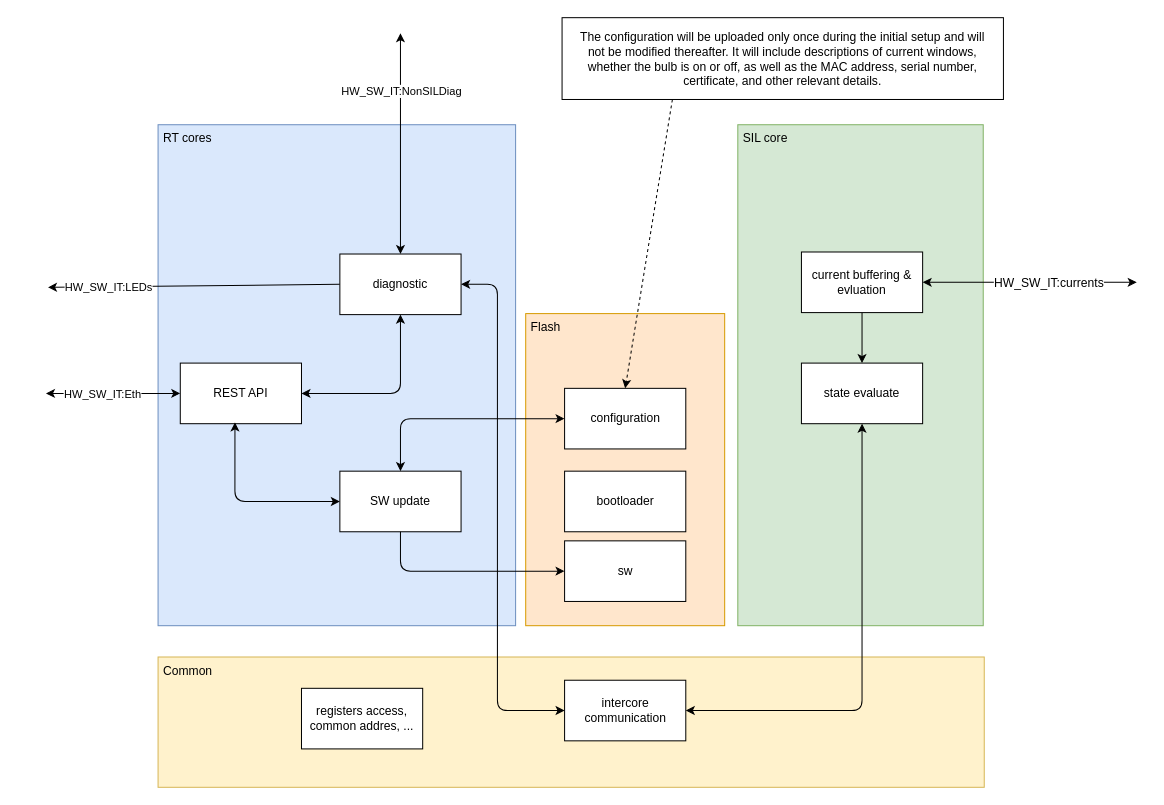
Earlier version of the draw.io diagram schematic/05-sw-architecture.drawio (petrkucerak/diplom-thesis). Source tidied: cells renumbered, new cells numbered last; positions are measured from the earlier drawing's top-left corner, leaving out a move shared by most shapes. Both pictures are drawn from the tidied source at 101%, with x=0, y=0 at pixel (45, 17).
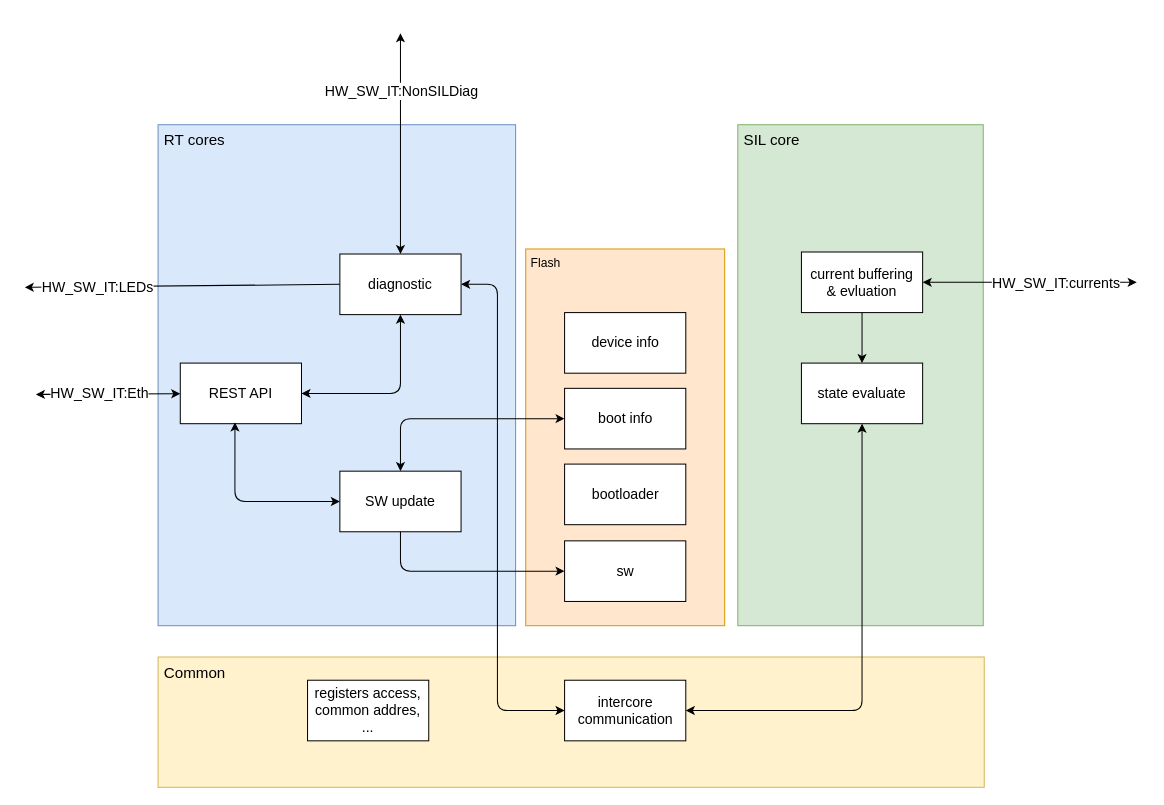
After the change.

The edit, as a diff of the source:
```diff
@@
-    <mxCell id="2" value="&amp;nbsp;RT cores" style="rounded=0;whiteSpace=wrap;html=1;fillColor=#dae8fc;strokeColor=#6c8ebf;align=left;verticalAlign=top;" parent="1" vertex="1">
+    <mxCell id="2" value="&amp;nbsp;RT cores" style="rounded=0;whiteSpace=wrap;html=1;fillColor=#dae8fc;strokeColor=#6c8ebf;align=left;verticalAlign=top;fontSize=15;" parent="1" vertex="1">
       <mxGeometry x="111" y="106" width="354" height="496" as="geometry" />
     </mxCell>
-    <mxCell id="3" value="&amp;nbsp;SIL core" style="rounded=0;whiteSpace=wrap;html=1;fillColor=#d5e8d4;strokeColor=#82b366;align=left;verticalAlign=top;" parent="1" vertex="1">
+    <mxCell id="3" value="&amp;nbsp;SIL core" style="rounded=0;whiteSpace=wrap;html=1;fillColor=#d5e8d4;strokeColor=#82b366;align=left;verticalAlign=top;fontSize=15;" parent="1" vertex="1">
       <mxGeometry x="685" y="106" width="243" height="496" as="geometry" />
     </mxCell>
-    <mxCell id="4" value="&amp;nbsp;Common" style="rounded=0;whiteSpace=wrap;html=1;fillColor=#fff2cc;strokeColor=#d6b656;align=left;verticalAlign=top;" parent="1" vertex="1">
+    <mxCell id="4" value="&amp;nbsp;Common" style="rounded=0;whiteSpace=wrap;html=1;fillColor=#fff2cc;strokeColor=#d6b656;align=left;verticalAlign=top;fontSize=15;" parent="1" vertex="1">
       <mxGeometry x="111" y="633" width="818" height="129" as="geometry" />
     </mxCell>
-    <mxCell id="5" style="edgeStyle=none;html=1;startArrow=classic;startFill=1;" parent="1" edge="1" source="8">
+    <mxCell id="5" style="edgeStyle=none;html=1;startArrow=classic;startFill=1;fontSize=14;" parent="1" edge="1" source="8">
       <mxGeometry relative="1" as="geometry">
-        <mxPoint y="372" as="targetPoint" />
+        <mxPoint x="-10" y="373" as="targetPoint" />
       </mxGeometry>
     </mxCell>
-    <mxCell id="6" value="HW_SW_IT:Eth" style="edgeLabel;html=1;align=center;verticalAlign=middle;" parent="5" vertex="1">
+    <mxCell id="6" value="HW_SW_IT:Eth" style="edgeLabel;html=1;align=center;verticalAlign=middle;fontSize=14;" parent="5" vertex="1">
       <mxGeometry x="0.61" y="-2" relative="1" as="geometry">
-        <mxPoint x="29" y="2" as="offset" />
+        <mxPoint x="35" y="1" as="offset" />
       </mxGeometry>
     </mxCell>
-    <mxCell id="7" style="edgeStyle=orthogonalEdgeStyle;html=1;exitX=1;exitY=0.5;exitDx=0;exitDy=0;entryX=0.5;entryY=1;entryDx=0;entryDy=0;startArrow=classic;startFill=1;" parent="1" edge="1" source="8" target="14">
+    <mxCell id="7" style="edgeStyle=orthogonalEdgeStyle;html=1;exitX=1;exitY=0.5;exitDx=0;exitDy=0;entryX=0.5;entryY=1;entryDx=0;entryDy=0;startArrow=classic;startFill=1;fontSize=14;" parent="1" edge="1" source="8" target="14">
       <mxGeometry relative="1" as="geometry" />
     </mxCell>
-    <mxCell id="8" value="REST API" style="rounded=0;whiteSpace=wrap;html=1;" parent="1" vertex="1">
+    <mxCell id="8" value="REST API" style="rounded=0;whiteSpace=wrap;html=1;fontSize=14;" parent="1" vertex="1">
       <mxGeometry x="133" y="342" width="120" height="60" as="geometry" />
     </mxCell>
-    <mxCell id="9" style="edgeStyle=none;html=1;exitX=0;exitY=0.5;exitDx=0;exitDy=0;" parent="1" edge="1" source="14">
+    <mxCell id="9" style="edgeStyle=none;html=1;exitX=0;exitY=0.5;exitDx=0;exitDy=0;fontSize=14;" parent="1" edge="1" source="14">
       <mxGeometry relative="1" as="geometry">
-        <mxPoint x="2" y="267" as="targetPoint" />
+        <mxPoint x="-21" y="267" as="targetPoint" />
       </mxGeometry>
     </mxCell>
-    <mxCell id="10" value="HW_SW_IT:LEDs" style="edgeLabel;html=1;align=center;verticalAlign=middle;" parent="9" vertex="1">
+    <mxCell id="10" value="HW_SW_IT:LEDs" style="edgeLabel;html=1;align=center;verticalAlign=middle;fontSize=14;" parent="9" vertex="1">
       <mxGeometry x="0.83" y="1" relative="1" as="geometry">
-        <mxPoint x="34" y="-1" as="offset" />
+        <mxPoint x="44" y="-1" as="offset" />
       </mxGeometry>
     </mxCell>
-    <mxCell id="11" style="edgeStyle=none;html=1;exitX=0.5;exitY=0;exitDx=0;exitDy=0;startArrow=classic;startFill=1;" parent="1" edge="1" source="14">
+    <mxCell id="11" style="edgeStyle=none;html=1;exitX=0.5;exitY=0;exitDx=0;exitDy=0;startArrow=classic;startFill=1;fontSize=14;" parent="1" edge="1" source="14">
       <mxGeometry relative="1" as="geometry">
         <mxPoint x="351" y="15.4" as="targetPoint" />
       </mxGeometry>
     </mxCell>
-    <mxCell id="12" value="&lt;span style=&quot;color: rgb(0, 0, 0);&quot;&gt;HW_SW_IT:NonSILDiag&lt;/span&gt;" style="edgeLabel;html=1;align=center;verticalAlign=middle;" parent="11" vertex="1">
+    <mxCell id="12" value="&lt;span style=&quot;color: rgb(0, 0, 0);&quot;&gt;HW_SW_IT:NonSILDiag&lt;/span&gt;" style="edgeLabel;html=1;align=center;verticalAlign=middle;fontSize=14;" parent="11" vertex="1">
       <mxGeometry x="0.48" relative="1" as="geometry" />
     </mxCell>
-    <mxCell id="13" style="edgeStyle=orthogonalEdgeStyle;html=1;exitX=1;exitY=0.5;exitDx=0;exitDy=0;entryX=0;entryY=0.5;entryDx=0;entryDy=0;startArrow=classic;startFill=1;" parent="1" edge="1" source="14" target="22">
+    <mxCell id="13" style="edgeStyle=orthogonalEdgeStyle;html=1;exitX=1;exitY=0.5;exitDx=0;exitDy=0;entryX=0;entryY=0.5;entryDx=0;entryDy=0;startArrow=classic;startFill=1;fontSize=14;" parent="1" edge="1" source="14" target="22">
       <mxGeometry relative="1" as="geometry">
         <Array as="points">
           <mxPoint x="447" y="264" />
           <mxPoint x="447" y="686" />
         </Array>
       </mxGeometry>
     </mxCell>
-    <mxCell id="14" value="diagnostic" style="rounded=0;whiteSpace=wrap;html=1;" parent="1" vertex="1">
+    <mxCell id="14" value="diagnostic" style="rounded=0;whiteSpace=wrap;html=1;fontSize=14;" parent="1" vertex="1">
       <mxGeometry x="291" y="234" width="120" height="60" as="geometry" />
     </mxCell>
-    <mxCell id="15" value="SW update" style="rounded=0;whiteSpace=wrap;html=1;" parent="1" vertex="1">
+    <mxCell id="15" value="SW update" style="rounded=0;whiteSpace=wrap;html=1;fontSize=14;" parent="1" vertex="1">
       <mxGeometry x="291" y="449" width="120" height="60" as="geometry" />
     </mxCell>
-    <mxCell id="16" style="edgeStyle=orthogonalEdgeStyle;html=1;exitX=0;exitY=0.5;exitDx=0;exitDy=0;entryX=0.451;entryY=0.979;entryDx=0;entryDy=0;entryPerimeter=0;startArrow=classic;startFill=1;" parent="1" edge="1" source="15" target="8">
+    <mxCell id="16" style="edgeStyle=orthogonalEdgeStyle;html=1;exitX=0;exitY=0.5;exitDx=0;exitDy=0;entryX=0.451;entryY=0.979;entryDx=0;entryDy=0;entryPerimeter=0;startArrow=classic;startFill=1;fontSize=14;" parent="1" edge="1" source="15" target="8">
       <mxGeometry relative="1" as="geometry" />
     </mxCell>
     <mxCell id="17" value="&amp;nbsp;Flash" style="rounded=0;whiteSpace=wrap;html=1;fillColor=#ffe6cc;strokeColor=#d79b00;align=left;verticalAlign=top;" parent="1" vertex="1">
-      <mxGeometry x="475" y="293" width="197" height="309" as="geometry" />
+      <mxGeometry x="475" y="229" width="197" height="373" as="geometry" />
     </mxCell>
-    <mxCell id="18" value="configuration" style="rounded=0;whiteSpace=wrap;html=1;" parent="1" vertex="1">
+    <mxCell id="18" value="boot info" style="rounded=0;whiteSpace=wrap;html=1;fontSize=14;" parent="1" vertex="1">
       <mxGeometry x="513.5" y="367" width="120" height="60" as="geometry" />
     </mxCell>
-    <mxCell id="19" value="bootloader" style="rounded=0;whiteSpace=wrap;html=1;" parent="1" vertex="1">
-      <mxGeometry x="513.5" y="449" width="120" height="60" as="geometry" />
+    <mxCell id="19" value="bootloader" style="rounded=0;whiteSpace=wrap;html=1;fontSize=14;" parent="1" vertex="1">
+      <mxGeometry x="513.5" y="442" width="120" height="60" as="geometry" />
     </mxCell>
-    <mxCell id="20" value="sw" style="rounded=0;whiteSpace=wrap;html=1;" parent="1" vertex="1">
+    <mxCell id="20" value="sw" style="rounded=0;whiteSpace=wrap;html=1;fontSize=14;" parent="1" vertex="1">
       <mxGeometry x="513.5" y="518" width="120" height="60" as="geometry" />
     </mxCell>
-    <mxCell id="21" style="edgeStyle=orthogonalEdgeStyle;html=1;exitX=0.5;exitY=1;exitDx=0;exitDy=0;entryX=0;entryY=0.5;entryDx=0;entryDy=0;" parent="1" edge="1" source="15" target="20">
+    <mxCell id="21" style="edgeStyle=orthogonalEdgeStyle;html=1;exitX=0.5;exitY=1;exitDx=0;exitDy=0;entryX=0;entryY=0.5;entryDx=0;entryDy=0;fontSize=14;" parent="1" edge="1" source="15" target="20">
       <mxGeometry relative="1" as="geometry" />
     </mxCell>
-    <mxCell id="22" value="intercore communication" style="rounded=0;whiteSpace=wrap;html=1;" parent="1" vertex="1">
+    <mxCell id="22" value="intercore communication" style="rounded=0;whiteSpace=wrap;html=1;fontSize=14;" parent="1" vertex="1">
       <mxGeometry x="513.5" y="656" width="120" height="60" as="geometry" />
     </mxCell>
-    <mxCell id="23" style="edgeStyle=orthogonalEdgeStyle;html=1;exitX=0.5;exitY=0;exitDx=0;exitDy=0;entryX=0;entryY=0.5;entryDx=0;entryDy=0;startArrow=classic;startFill=1;" parent="1" edge="1" source="15" target="18">
+    <mxCell id="23" style="edgeStyle=orthogonalEdgeStyle;html=1;exitX=0.5;exitY=0;exitDx=0;exitDy=0;entryX=0;entryY=0.5;entryDx=0;entryDy=0;startArrow=classic;startFill=1;fontSize=14;" parent="1" edge="1" source="15" target="18">
       <mxGeometry relative="1" as="geometry" />
     </mxCell>
-    <mxCell id="24" style="edgeStyle=none;html=1;exitX=1;exitY=0.5;exitDx=0;exitDy=0;fontFamily=Helvetica;fontSize=12;fontColor=default;startArrow=classic;startFill=1;endArrow=classic;endFill=1;" parent="1" edge="1" source="27">
+    <mxCell id="24" style="edgeStyle=none;html=1;exitX=1;exitY=0.5;exitDx=0;exitDy=0;fontFamily=Helvetica;fontSize=14;fontColor=default;startArrow=classic;startFill=1;endArrow=classic;endFill=1;" parent="1" edge="1" source="27">
       <mxGeometry relative="1" as="geometry">
         <mxPoint x="1080" y="262" as="targetPoint" />
       </mxGeometry>
     </mxCell>
-    <mxCell id="25" value="HW_SW_IT:currents" style="edgeLabel;html=1;align=center;verticalAlign=middle;rounded=0;strokeColor=#82b366;fontFamily=Helvetica;fontSize=12;fontColor=default;fillColor=#d5e8d4;" parent="24" vertex="1">
+    <mxCell id="25" value="HW_SW_IT:currents" style="edgeLabel;html=1;align=center;verticalAlign=middle;rounded=0;strokeColor=#82b366;fontFamily=Helvetica;fontSize=14;fontColor=default;fillColor=#d5e8d4;" parent="24" vertex="1">
       <mxGeometry x="0.24" y="1" relative="1" as="geometry">
-        <mxPoint x="-7" y="1" as="offset" />
+        <mxPoint y="1" as="offset" />
       </mxGeometry>
     </mxCell>
-    <mxCell id="26" style="edgeStyle=none;html=1;exitX=0.5;exitY=1;exitDx=0;exitDy=0;fontFamily=Helvetica;fontSize=12;fontColor=default;" parent="1" edge="1" source="27" target="29">
+    <mxCell id="26" style="edgeStyle=none;html=1;exitX=0.5;exitY=1;exitDx=0;exitDy=0;fontFamily=Helvetica;fontSize=14;fontColor=default;" parent="1" edge="1" source="27" target="29">
       <mxGeometry relative="1" as="geometry" />
     </mxCell>
-    <mxCell id="27" value="current buffering &amp;amp; evluation" style="rounded=0;whiteSpace=wrap;html=1;" parent="1" vertex="1">
+    <mxCell id="27" value="current buffering&lt;br&gt;&amp;amp; evluation" style="rounded=0;whiteSpace=wrap;html=1;fontSize=14;" parent="1" vertex="1">
       <mxGeometry x="748" y="232" width="120" height="60" as="geometry" />
     </mxCell>
-    <mxCell id="28" style="edgeStyle=orthogonalEdgeStyle;html=1;exitX=0.5;exitY=1;exitDx=0;exitDy=0;entryX=1;entryY=0.5;entryDx=0;entryDy=0;fontFamily=Helvetica;fontSize=12;fontColor=default;startArrow=classic;startFill=1;" parent="1" edge="1" source="29" target="22">
+    <mxCell id="28" style="edgeStyle=orthogonalEdgeStyle;html=1;exitX=0.5;exitY=1;exitDx=0;exitDy=0;entryX=1;entryY=0.5;entryDx=0;entryDy=0;fontFamily=Helvetica;fontSize=14;fontColor=default;startArrow=classic;startFill=1;" parent="1" edge="1" source="29" target="22">
       <mxGeometry relative="1" as="geometry" />
     </mxCell>
-    <mxCell id="29" value="state evaluate" style="rounded=0;whiteSpace=wrap;html=1;" parent="1" vertex="1">
+    <mxCell id="29" value="state evaluate" style="rounded=0;whiteSpace=wrap;html=1;fontSize=14;" parent="1" vertex="1">
       <mxGeometry x="748" y="342" width="120" height="60" as="geometry" />
     </mxCell>
-    <mxCell id="30" value="registers access, common addres, ..." style="rounded=0;whiteSpace=wrap;html=1;" parent="1" vertex="1">
-      <mxGeometry x="253" y="664" width="120" height="60" as="geometry" />
+    <mxCell id="30" value="registers access, common addres, ..." style="rounded=0;whiteSpace=wrap;html=1;fontSize=14;" parent="1" vertex="1">
+      <mxGeometry x="259" y="656" width="120" height="60" as="geometry" />
     </mxCell>
-    <mxCell id="31" style="edgeStyle=none;html=1;exitX=0.25;exitY=1;exitDx=0;exitDy=0;entryX=0.5;entryY=0;entryDx=0;entryDy=0;dashed=1;" parent="1" edge="1" source="32" target="18">
-      <mxGeometry relative="1" as="geometry" />
+    <mxCell id="31" value="device info" style="rounded=0;whiteSpace=wrap;html=1;fontSize=14;" parent="1" vertex="1">
+      <mxGeometry x="513.5" y="292" width="120" height="60" as="geometry" />
     </mxCell>
-    <mxCell id="32" value="The configuration will be uploaded only once during the initial setup and will not be modified thereafter. It will include descriptions of current windows, whether the bulb is on or off, as well as the MAC address, serial number, certificate, and other relevant details." style="rounded=0;whiteSpace=wrap;html=1;spacing=12;" parent="1" vertex="1">
-      <mxGeometry x="511" width="437" height="81" as="geometry" />
-    </mxCell>
```
